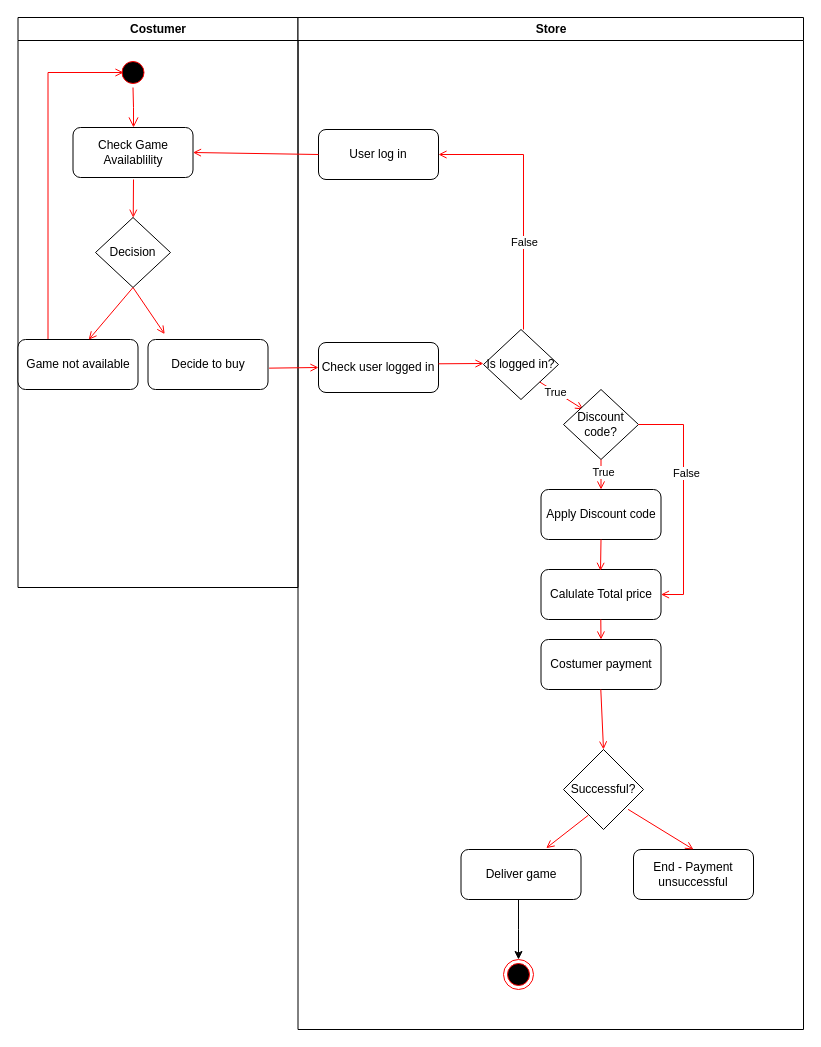
Before: Documentation/Activity Diagram.drawio in JarnoDijkmans/games_library, a draw.io diagram. Source tidied: cells renumbered, new cells numbered last; positions are measured from the earlier drawing's top-left corner, leaving out a move shared by most shapes. Both pictures are drawn from the tidied source at 100%, with x=0, y=0 at pixel (17, 17).
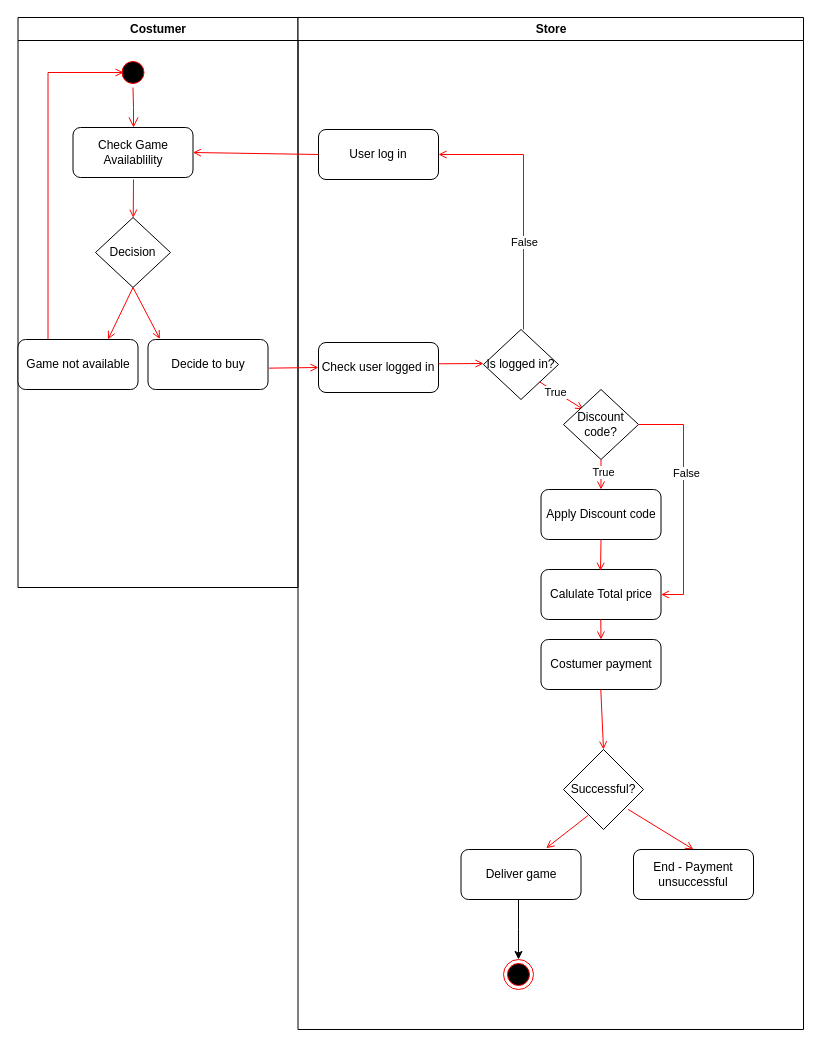
After the change.

Unchanged cells that the change refers to:
```xml
<mxCell id="2" value="Costumer" style="swimlane;whiteSpace=wrap;" parent="1" vertex="1">
  <mxGeometry x="0.5" width="280" height="570" as="geometry" />
</mxCell>
<mxCell id="11" value="Decision" style="rhombus;whiteSpace=wrap;html=1;" parent="2" vertex="1">
  <mxGeometry x="77.5" y="200" width="75" height="70" as="geometry" />
</mxCell>
<mxCell id="12" value="Game not available" style="rounded=1;whiteSpace=wrap;html=1;" parent="2" vertex="1">
  <mxGeometry y="322" width="120" height="50" as="geometry" />
</mxCell>
<mxCell id="43" value="Decide to buy" style="rounded=1;whiteSpace=wrap;html=1;" parent="1" vertex="1">
  <mxGeometry x="130.5" y="322" width="120" height="50" as="geometry" />
</mxCell>
```

What changed in the source:
```diff
@@
-    <mxCell id="6" style="endArrow=open;strokeColor=#FF0000;endFill=1;rounded=0;entryX=0.139;entryY=-0.108;entryDx=0;entryDy=0;entryPerimeter=0;" parent="2" edge="1" target="43">
+    <mxCell id="6" style="endArrow=open;strokeColor=#FF0000;endFill=1;rounded=0;entryX=0.099;entryY=-0.012;entryDx=0;entryDy=0;entryPerimeter=0;" parent="2" edge="1" target="43">
       <mxGeometry relative="1" as="geometry">
         <mxPoint x="115" y="270" as="sourcePoint" />
       </mxGeometry>
     </mxCell>
@@
-    <mxCell id="13" style="endArrow=open;strokeColor=#FF0000;endFill=1;rounded=0;entryX=0.589;entryY=0.004;entryDx=0;entryDy=0;exitX=0.5;exitY=1;exitDx=0;exitDy=0;entryPerimeter=0;" parent="2" edge="1" source="11" target="12">
+    <mxCell id="13" style="endArrow=open;strokeColor=#FF0000;endFill=1;rounded=0;entryX=0.75;entryY=0;entryDx=0;entryDy=0;exitX=0.5;exitY=1;exitDx=0;exitDy=0;" parent="2" edge="1" source="11" target="12">
       <mxGeometry relative="1" as="geometry" />
     </mxCell>
```
